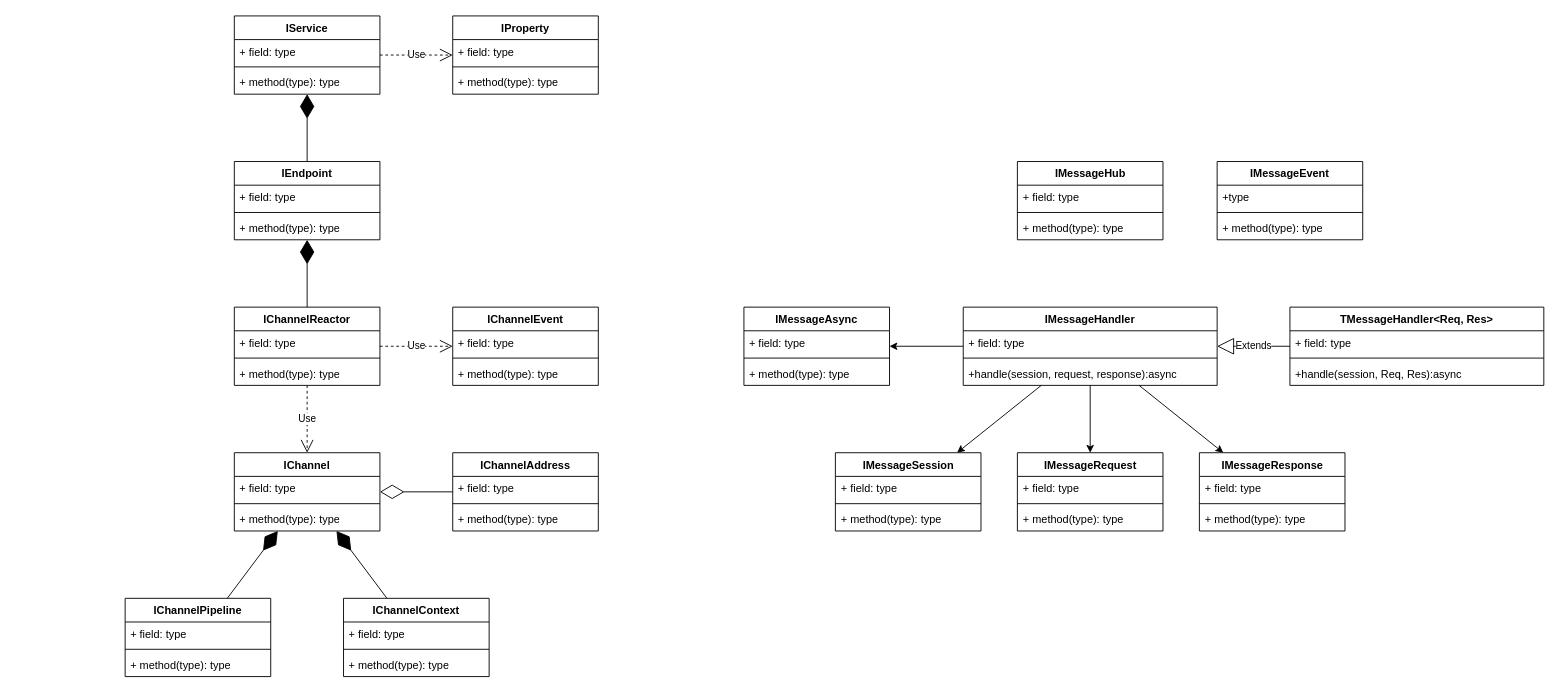
ChivenZhang/OpenMS keeps this draw.io diagram as page "功能结构" (1 of 2) of Document/OpenMS.drawio. Above is the earlier version. Source tidied: cells renumbered, new cells numbered last; positions are measured from the earlier drawing's top-left corner, leaving out a move shared by most shapes. Both pictures are drawn from the tidied source at 91%, with x=0, y=0 at pixel (125, 15).
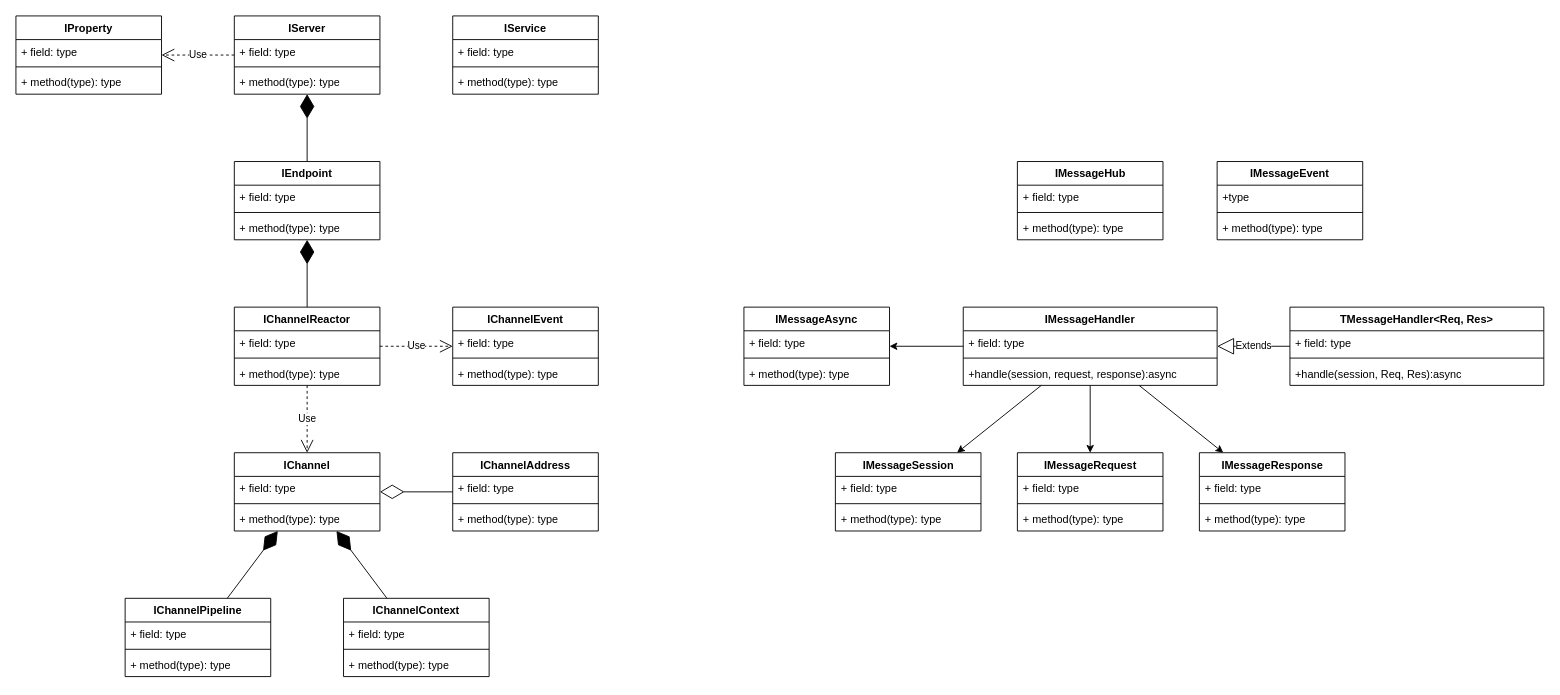
Above is the later version.

Diff of the diagram source:
```diff
@@
-    <mxCell id="36" value="IService" style="swimlane;fontStyle=1;align=center;verticalAlign=top;horizontal=1;startSize=26;whiteSpace=wrap;html=1;" parent="1" vertex="1">
+    <mxCell id="36" value="IServer" style="swimlane;fontStyle=1;align=center;verticalAlign=top;horizontal=1;startSize=26;whiteSpace=wrap;html=1;" parent="1" vertex="1">
       <mxGeometry x="120" width="160" height="86" as="geometry" />
     </mxCell>
@@
     <mxCell id="40" value="IProperty" style="swimlane;fontStyle=1;align=center;verticalAlign=top;horizontal=1;startSize=26;whiteSpace=wrap;html=1;" parent="1" vertex="1">
-      <mxGeometry x="360" width="160" height="86" as="geometry" />
+      <mxGeometry x="-120" width="160" height="86" as="geometry" />
     </mxCell>
@@
+    <mxCell id="83" value="IService" style="swimlane;fontStyle=1;align=center;verticalAlign=top;horizontal=1;startSize=26;whiteSpace=wrap;html=1;" parent="1" vertex="1">
+      <mxGeometry x="360" width="160" height="86" as="geometry" />
+    </mxCell>
+    <mxCell id="84" value="+ field: type" style="text;strokeColor=none;fillColor=none;align=left;verticalAlign=top;spacingLeft=4;spacingRight=4;overflow=hidden;whiteSpace=wrap;html=1;" parent="83" vertex="1">
+      <mxGeometry y="26" width="160" height="26" as="geometry" />
+    </mxCell>
+    <mxCell id="85" style="line;strokeWidth=1;fillColor=none;align=left;verticalAlign=middle;spacingTop=-1;spacingLeft=3;spacingRight=3;labelPosition=right;strokeColor=inherit;" parent="83" vertex="1">
+      <mxGeometry y="52" width="160" height="8" as="geometry" />
+    </mxCell>
+    <mxCell id="86" value="+ method(type): type" style="text;strokeColor=none;fillColor=none;align=left;verticalAlign=top;spacingLeft=4;spacingRight=4;overflow=hidden;whiteSpace=wrap;html=1;" parent="83" vertex="1">
+      <mxGeometry y="60" width="160" height="26" as="geometry" />
+    </mxCell>
```
